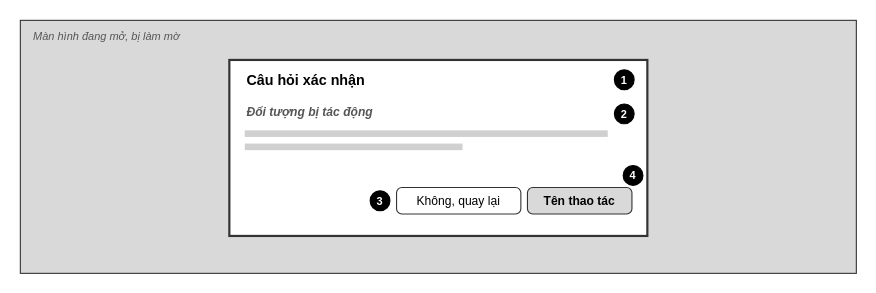
The draw.io diagram docs/giao_dien/drawio/M_Hop_xac_nhan.drawio in kanishere55/OOSD_NenTangDieuPhoi_TNV, before the edit. Source tidied: cells renumbered, new cells numbered last; positions are measured from the earlier drawing's top-left corner, leaving out a move shared by most shapes. Both pictures are drawn from the tidied source at 110%, with x=0, y=0 at pixel (20, 20).
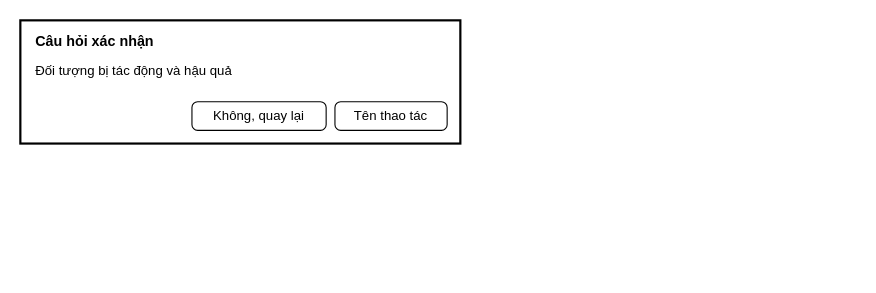
After the change.

What changed in the source:
```diff
@@
 <mxGraphModel>
   <root>
     <mxCell id="0" />
     <mxCell id="1" parent="0" />
+    <mxCell id="15" style="rounded=0;whiteSpace=wrap;html=1;fillColor=#ffffff;strokeColor=#000000;strokeWidth=2;" parent="1" vertex="1">
+      <mxGeometry width="400" height="112" as="geometry" />
+    </mxCell>
-    <mxCell id="2" style="rounded=0;arcSize=8;whiteSpace=wrap;html=1;fillColor=#d9d9d9;strokeColor=#333333;" parent="1" vertex="1">
-      <mxGeometry width="760" height="230" as="geometry" />
+    <mxCell id="2" value="Câu hỏi xác nhận" style="text;html=1;strokeColor=none;fillColor=none;whiteSpace=wrap;verticalAlign=middle;fontColor=#000000;align=left;fontSize=13;fontStyle=1;" parent="1" vertex="1">
+      <mxGeometry x="12" y="8" width="370" height="21" as="geometry" />
     </mxCell>
-    <mxCell id="3" value="Màn hình đang mở, bị làm mờ" style="text;html=1;strokeColor=none;fillColor=none;align=left;verticalAlign=middle;whiteSpace=wrap;rounded=0;fontSize=10;fontStyle=2;fontColor=#555555;" parent="1" vertex="1">
-      <mxGeometry x="10" y="6" width="300" height="16" as="geometry" />
+    <mxCell id="3" value="Đối tượng bị tác động và hậu quả" style="text;html=1;strokeColor=none;fillColor=none;whiteSpace=wrap;verticalAlign=middle;fontColor=#000000;align=left;fontSize=12;fontStyle=0;" parent="1" vertex="1">
+      <mxGeometry x="12" y="36" width="370" height="20" as="geometry" />
     </mxCell>
-    <mxCell id="4" style="rounded=0;arcSize=8;whiteSpace=wrap;html=1;fillColor=#ffffff;strokeColor=#333333;strokeWidth=2;" parent="1" vertex="1">
-      <mxGeometry x="190" y="36" width="380" height="160" as="geometry" />
+    <mxCell id="4" value="Tên thao tác" style="rounded=1;arcSize=20;whiteSpace=wrap;html=1;fillColor=#ffffff;strokeColor=#000000;fontColor=#000000;fontSize=12;" parent="1" vertex="1">
+      <mxGeometry x="286" y="74" width="102" height="26" as="geometry" />
     </mxCell>
-    <mxCell id="5" value="Câu hỏi xác nhận" style="text;html=1;strokeColor=none;fillColor=none;align=left;verticalAlign=middle;whiteSpace=wrap;rounded=0;fontSize=13;fontStyle=1;fontColor=#000000;" parent="1" vertex="1">
-      <mxGeometry x="204" y="44" width="300" height="20" as="geometry" />
+    <mxCell id="5" value="Không, quay lại" style="rounded=1;arcSize=20;whiteSpace=wrap;html=1;fillColor=#ffffff;strokeColor=#000000;fontColor=#000000;fontSize=12;" parent="1" vertex="1">
+      <mxGeometry x="156" y="74" width="122" height="26" as="geometry" />
     </mxCell>
-    <mxCell id="6" value="1" style="ellipse;whiteSpace=wrap;html=1;fillColor=#000000;strokeColor=#000000;fontColor=#ffffff;fontSize=10;fontStyle=1;" parent="1" vertex="1">
-      <mxGeometry x="540" y="45" width="18" height="18" as="geometry" />
-    </mxCell>
-    <mxCell id="7" value="Đối tượng bị tác động" style="text;html=1;strokeColor=none;fillColor=none;align=left;verticalAlign=middle;whiteSpace=wrap;rounded=0;fontSize=11;fontStyle=3;fontColor=#555555;" parent="1" vertex="1">
-      <mxGeometry x="204" y="74" width="340" height="18" as="geometry" />
-    </mxCell>
-    <mxCell id="8" style="rounded=0;whiteSpace=wrap;html=1;fillColor=#d0d0d0;strokeColor=none;" parent="1" vertex="1">
-      <mxGeometry x="204" y="100" width="330" height="6" as="geometry" />
-    </mxCell>
-    <mxCell id="9" style="rounded=0;whiteSpace=wrap;html=1;fillColor=#d0d0d0;strokeColor=none;" parent="1" vertex="1">
-      <mxGeometry x="204" y="112" width="198" height="6" as="geometry" />
-    </mxCell>
-    <mxCell id="10" value="2" style="ellipse;whiteSpace=wrap;html=1;fillColor=#000000;strokeColor=#000000;fontColor=#ffffff;fontSize=10;fontStyle=1;" parent="1" vertex="1">
-      <mxGeometry x="540" y="76" width="18" height="18" as="geometry" />
-    </mxCell>
-    <mxCell id="11" value="Tên thao tác" style="rounded=1;arcSize=20;whiteSpace=wrap;html=1;fontSize=11;strokeColor=#333333;fillColor=#d9d9d9;fontStyle=1;" parent="1" vertex="1">
-      <mxGeometry x="461" y="152" width="95" height="24" as="geometry" />
-    </mxCell>
-    <mxCell id="12" value="Không, quay lại" style="rounded=1;arcSize=20;whiteSpace=wrap;html=1;fontSize=11;strokeColor=#333333;fillColor=#ffffff;" parent="1" vertex="1">
-      <mxGeometry x="342" y="152" width="113" height="24" as="geometry" />
-    </mxCell>
-    <mxCell id="13" value="3" style="ellipse;whiteSpace=wrap;html=1;fillColor=#000000;strokeColor=#000000;fontColor=#ffffff;fontSize=10;fontStyle=1;" parent="1" vertex="1">
-      <mxGeometry x="318" y="155" width="18" height="18" as="geometry" />
-    </mxCell>
-    <mxCell id="14" value="4" style="ellipse;whiteSpace=wrap;html=1;fillColor=#000000;strokeColor=#000000;fontColor=#ffffff;fontSize=10;fontStyle=1;" parent="1" vertex="1">
-      <mxGeometry x="548" y="132" width="18" height="18" as="geometry" />
-    </mxCell>
   </root>
 </mxGraphModel>
```
